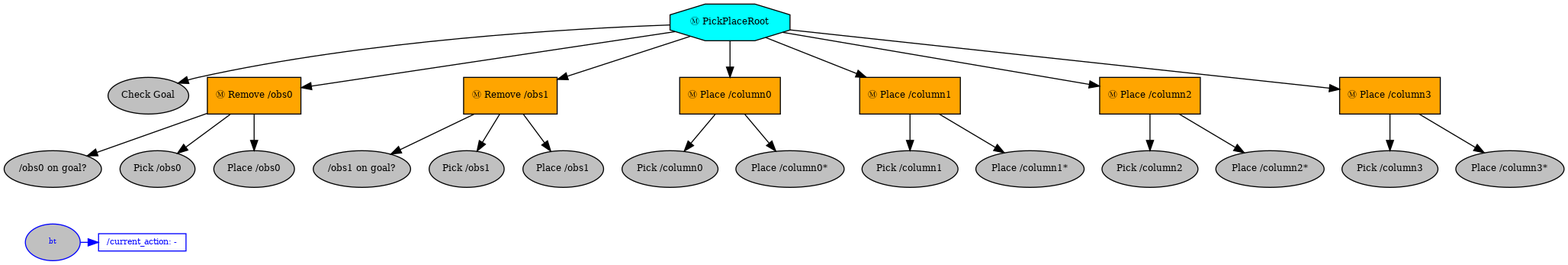
HyPAIR/RefinePlanV2 keeps this Graphviz diagram as pickplaceroot.png. Above is the earlier version. Its source is kept beside it as pickplaceroot.dot. Its diagram source:
```dot
digraph pastafarianism {
ordering=out;
graph [fontname="times-roman"];
node [fontname="times-roman"];
edge [fontname="times-roman"];
PickPlaceRoot [label="Ⓜ PickPlaceRoot", shape=octagon, style=filled, fillcolor=cyan, fontsize=9, fontcolor=black];
"Check Goal" [label="Check Goal", shape=ellipse, style=filled, fillcolor=gray, fontsize=9, fontcolor=black];
PickPlaceRoot -> "Check Goal";
"Remove /obs0" [label="Ⓜ Remove /obs0", shape=box, style=filled, fillcolor=orange, fontsize=9, fontcolor=black];
PickPlaceRoot -> "Remove /obs0";
"/obs0 on goal?" [label="/obs0 on goal?", shape=ellipse, style=filled, fillcolor=gray, fontsize=9, fontcolor=black];
"Remove /obs0" -> "/obs0 on goal?";
"Pick /obs0" [label="Pick /obs0", shape=ellipse, style=filled, fillcolor=gray, fontsize=9, fontcolor=black];
"Remove /obs0" -> "Pick /obs0";
"Place /obs0" [label="Place /obs0", shape=ellipse, style=filled, fillcolor=gray, fontsize=9, fontcolor=black];
"Remove /obs0" -> "Place /obs0";
"Remove /obs1" [label="Ⓜ Remove /obs1", shape=box, style=filled, fillcolor=orange, fontsize=9, fontcolor=black];
PickPlaceRoot -> "Remove /obs1";
"/obs1 on goal?" [label="/obs1 on goal?", shape=ellipse, style=filled, fillcolor=gray, fontsize=9, fontcolor=black];
"Remove /obs1" -> "/obs1 on goal?";
"Pick /obs1" [label="Pick /obs1", shape=ellipse, style=filled, fillcolor=gray, fontsize=9, fontcolor=black];
"Remove /obs1" -> "Pick /obs1";
"Place /obs1" [label="Place /obs1", shape=ellipse, style=filled, fillcolor=gray, fontsize=9, fontcolor=black];
"Remove /obs1" -> "Place /obs1";
"Place /column0" [label="Ⓜ Place /column0", shape=box, style=filled, fillcolor=orange, fontsize=9, fontcolor=black];
PickPlaceRoot -> "Place /column0";
"Pick /column0" [label="Pick /column0", shape=ellipse, style=filled, fillcolor=gray, fontsize=9, fontcolor=black];
"Place /column0" -> "Pick /column0";
"Place /column0*" [label="Place /column0*", shape=ellipse, style=filled, fillcolor=gray, fontsize=9, fontcolor=black];
"Place /column0" -> "Place /column0*";
"Place /column1" [label="Ⓜ Place /column1", shape=box, style=filled, fillcolor=orange, fontsize=9, fontcolor=black];
PickPlaceRoot -> "Place /column1";
"Pick /column1" [label="Pick /column1", shape=ellipse, style=filled, fillcolor=gray, fontsize=9, fontcolor=black];
"Place /column1" -> "Pick /column1";
"Place /column1*" [label="Place /column1*", shape=ellipse, style=filled, fillcolor=gray, fontsize=9, fontcolor=black];
"Place /column1" -> "Place /column1*";
"Place /column2" [label="Ⓜ Place /column2", shape=box, style=filled, fillcolor=orange, fontsize=9, fontcolor=black];
PickPlaceRoot -> "Place /column2";
"Pick /column2" [label="Pick /column2", shape=ellipse, style=filled, fillcolor=gray, fontsize=9, fontcolor=black];
"Place /column2" -> "Pick /column2";
"Place /column2*" [label="Place /column2*", shape=ellipse, style=filled, fillcolor=gray, fontsize=9, fontcolor=black];
"Place /column2" -> "Place /column2*";
"Place /column3" [label="Ⓜ Place /column3", shape=box, style=filled, fillcolor=orange, fontsize=9, fontcolor=black];
PickPlaceRoot -> "Place /column3";
"Pick /column3" [label="Pick /column3", shape=ellipse, style=filled, fillcolor=gray, fontsize=9, fontcolor=black];
"Place /column3" -> "Pick /column3";
"Place /column3*" [label="Place /column3*", shape=ellipse, style=filled, fillcolor=gray, fontsize=9, fontcolor=black];
"Place /column3" -> "Place /column3*";
bt -> "/current_action" [color=blue, constraint=false, weight=0];
subgraph Blackboard {
id=Blackboard;
label=Blackboard;
rank=sink;
bt [label=bt, shape=ellipse, style=filled, color=blue, fillcolor=gray, fontsize=7, fontcolor=blue];
"/current_action" [label="/current_action: -", shape=box, style=filled, color=blue, fillcolor=white, fontsize=8, fontcolor=blue, width=0, height=0, fixedsize=false];
}
}
```
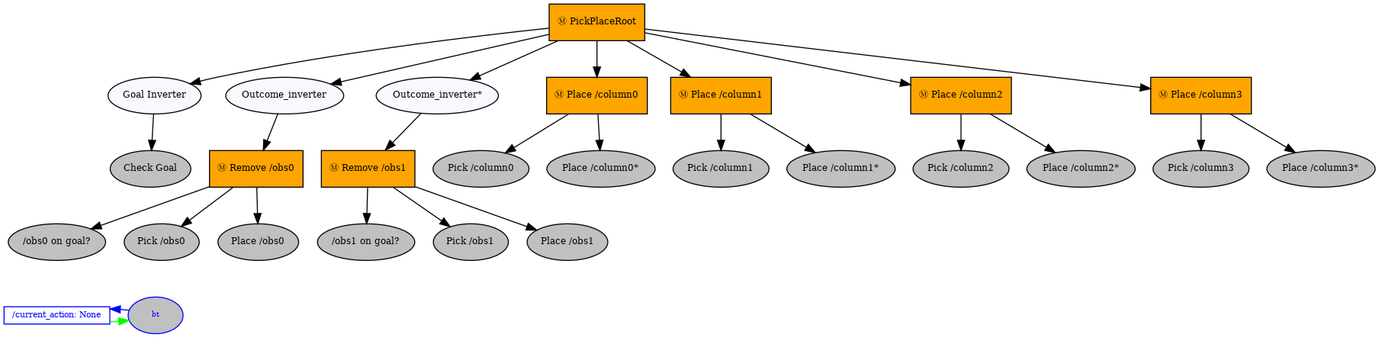
Above is the later version.

The edit, as a diff of the source:
```diff
@@ -3,19 +3,25 @@
 graph [fontname="times-roman"];
 node [fontname="times-roman"];
 edge [fontname="times-roman"];
-PickPlaceRoot [label="Ⓜ PickPlaceRoot", shape=octagon, style=filled, fillcolor=cyan, fontsize=9, fontcolor=black];
+PickPlaceRoot [label="Ⓜ PickPlaceRoot", shape=box, style=filled, fillcolor=orange, fontsize=9, fontcolor=black];
+"Goal Inverter" [label="Goal Inverter", shape=ellipse, style=filled, fillcolor=ghostwhite, fontsize=9, fontcolor=black];
+PickPlaceRoot -> "Goal Inverter";
 "Check Goal" [label="Check Goal", shape=ellipse, style=filled, fillcolor=gray, fontsize=9, fontcolor=black];
-PickPlaceRoot -> "Check Goal";
+"Goal Inverter" -> "Check Goal";
+Outcome_inverter [label="Outcome_inverter", shape=ellipse, style=filled, fillcolor=ghostwhite, fontsize=9, fontcolor=black];
+PickPlaceRoot -> Outcome_inverter;
 "Remove /obs0" [label="Ⓜ Remove /obs0", shape=box, style=filled, fillcolor=orange, fontsize=9, fontcolor=black];
-PickPlaceRoot -> "Remove /obs0";
+Outcome_inverter -> "Remove /obs0";
 "/obs0 on goal?" [label="/obs0 on goal?", shape=ellipse, style=filled, fillcolor=gray, fontsize=9, fontcolor=black];
 "Remove /obs0" -> "/obs0 on goal?";
 "Pick /obs0" [label="Pick /obs0", shape=ellipse, style=filled, fillcolor=gray, fontsize=9, fontcolor=black];
 "Remove /obs0" -> "Pick /obs0";
 "Place /obs0" [label="Place /obs0", shape=ellipse, style=filled, fillcolor=gray, fontsize=9, fontcolor=black];
 "Remove /obs0" -> "Place /obs0";
+"Outcome_inverter*" [label="Outcome_inverter*", shape=ellipse, style=filled, fillcolor=ghostwhite, fontsize=9, fontcolor=black];
+PickPlaceRoot -> "Outcome_inverter*";
 "Remove /obs1" [label="Ⓜ Remove /obs1", shape=box, style=filled, fillcolor=orange, fontsize=9, fontcolor=black];
-PickPlaceRoot -> "Remove /obs1";
+"Outcome_inverter*" -> "Remove /obs1";
 "/obs1 on goal?" [label="/obs1 on goal?", shape=ellipse, style=filled, fillcolor=gray, fontsize=9, fontcolor=black];
 "Remove /obs1" -> "/obs1 on goal?";
 "Pick /obs1" [label="Pick /obs1", shape=ellipse, style=filled, fillcolor=gray, fontsize=9, fontcolor=black];
@@ -46,12 +52,13 @@
 "Place /column3" -> "Pick /column3";
 "Place /column3*" [label="Place /column3*", shape=ellipse, style=filled, fillcolor=gray, fontsize=9, fontcolor=black];
 "Place /column3" -> "Place /column3*";
+"/current_action" -> bt [color=green, constraint=false, weight=0];
 bt -> "/current_action" [color=blue, constraint=false, weight=0];
 subgraph Blackboard {
 id=Blackboard;
 label=Blackboard;
 rank=sink;
 bt [label=bt, shape=ellipse, style=filled, color=blue, fillcolor=gray, fontsize=7, fontcolor=blue];
-"/current_action" [label="/current_action: -", shape=box, style=filled, color=blue, fillcolor=white, fontsize=8, fontcolor=blue, width=0, height=0, fixedsize=false];
+"/current_action" [label="/current_action: None", shape=box, style=filled, color=blue, fillcolor=white, fontsize=8, fontcolor=blue, width=0, height=0, fixedsize=false];
 }
 }
```
